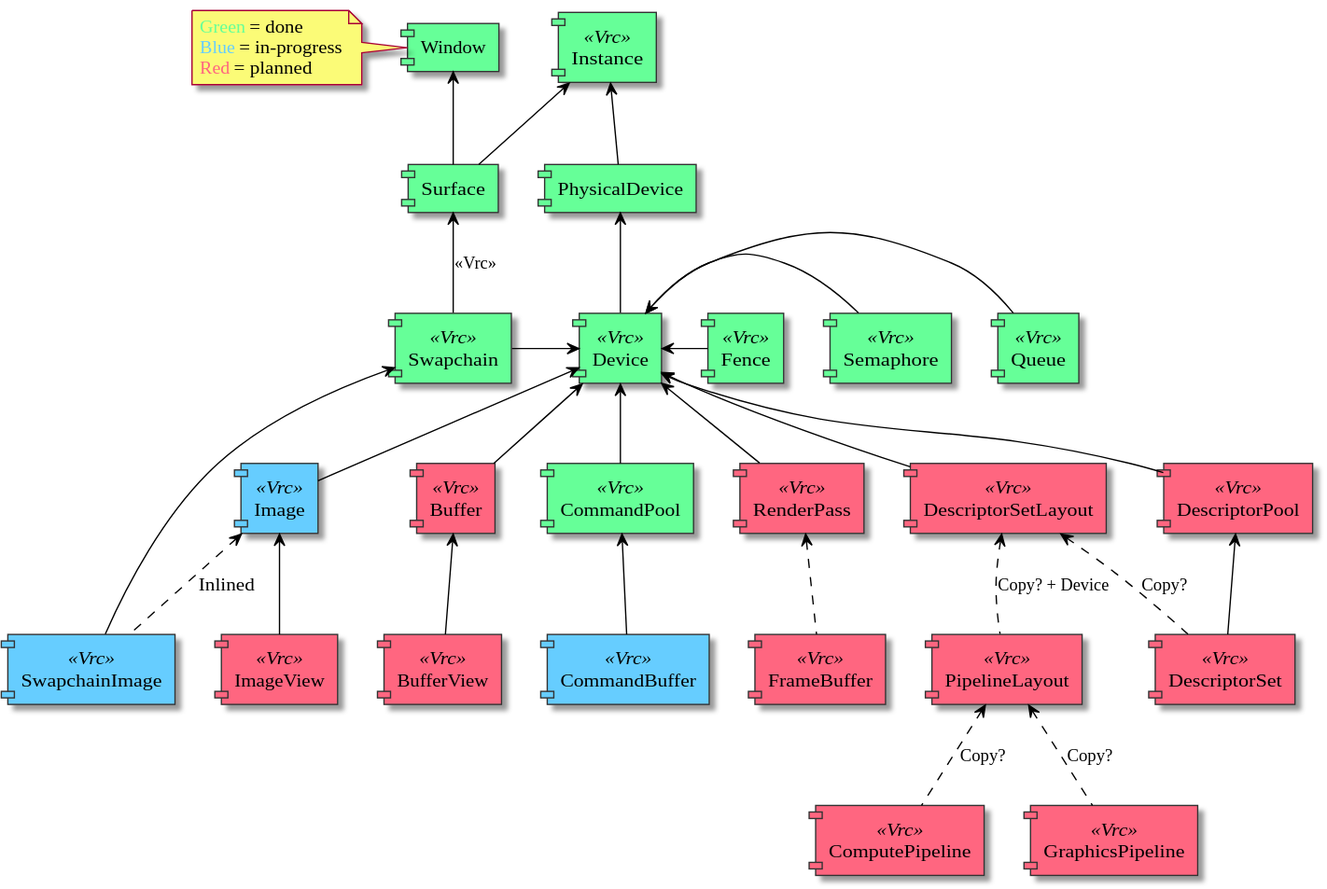
Above: media/object_dependency_graph.svg in vulkayes/vulkayes-thesis (PlantUML), before the change.
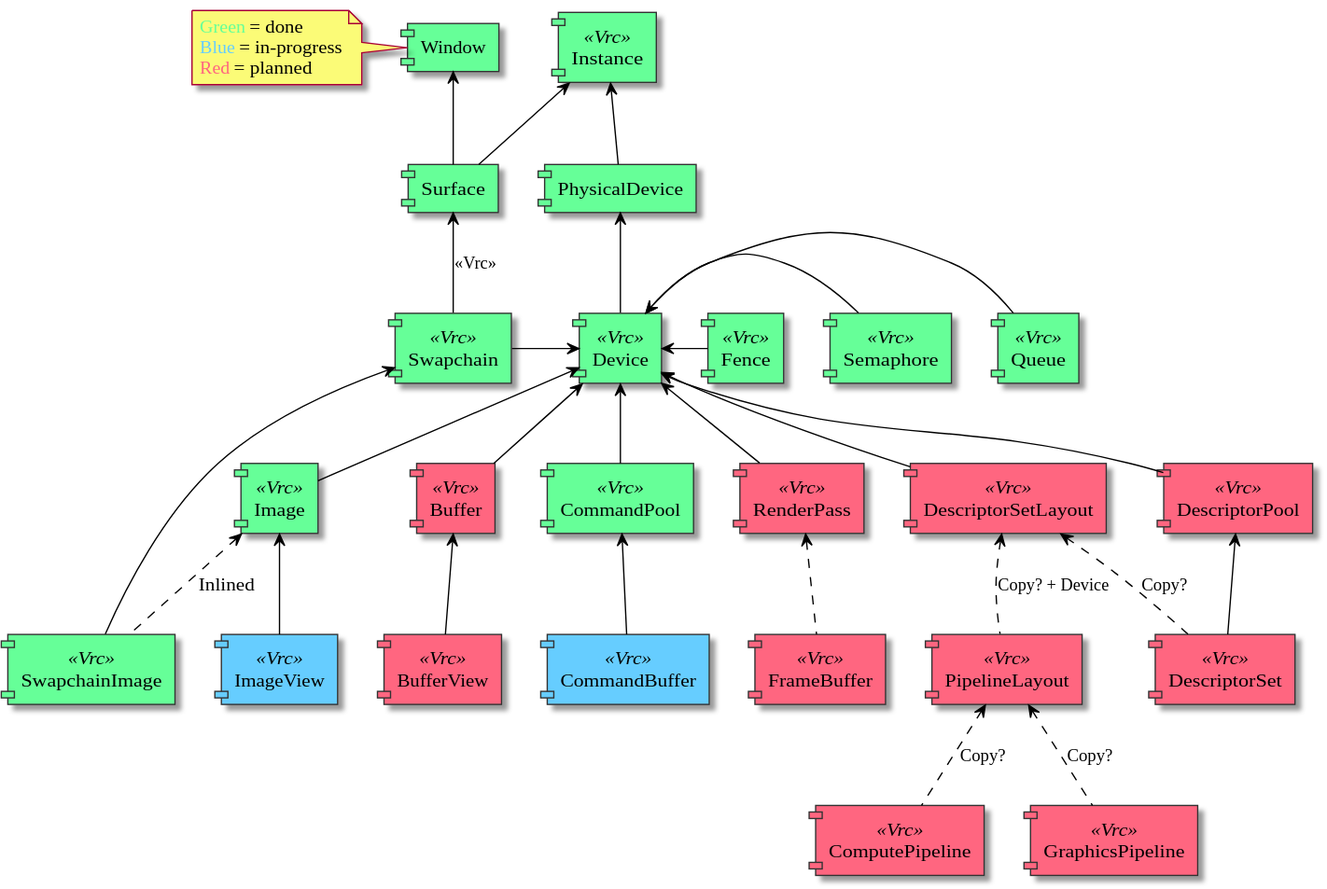
Later version of the same file.

Change to the diagram source:
```diff
@@ -24,12 +24,12 @@
 
 component [Queue] <<Vrc>> #66FF98
 component [Swapchain] <<Vrc>> #66FF98
-component [SwapchainImage] <<Vrc>> #66CDFF
+component [SwapchainImage] <<Vrc>> #66FF98
 
-component [Image] <<Vrc>> #66CDFF
+component [Image] <<Vrc>> #66FF98
 component [Buffer] <<Vrc>> #FF6680
 
-component [ImageView] <<Vrc>> #FF6680
+component [ImageView] <<Vrc>> #66CDFF
 component [BufferView] <<Vrc>> #FF6680
 
 component [CommandPool] <<Vrc>> #66FF98
```
